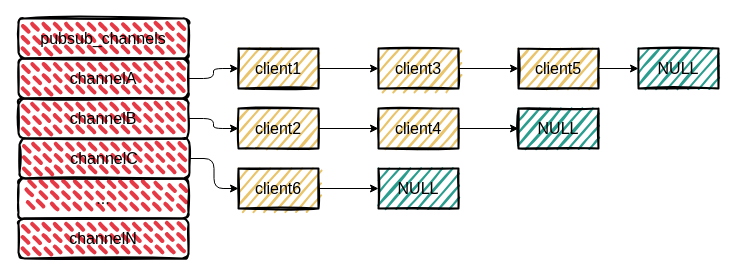
boilingfrog/Go-POINT keeps this draw.io diagram as page "pubsub_channels" (1 of 17) of redis/redis.drawio. Above is the earlier version. Source tidied: cells renumbered, new cells numbered last; positions are measured from the earlier drawing's top-left corner, leaving out a move shared by most shapes. Both pictures are drawn from the tidied source at 100%, with x=0, y=0 at pixel (18, 18).
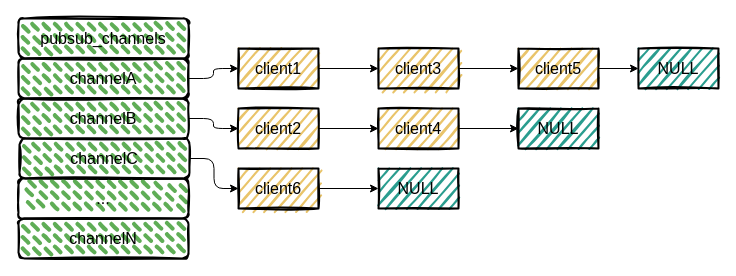
The same diagram, later.

Commit message (it also covers changes not shown here):
feat:Redis 实现消息队列

The edit, as a diff of the source:
```diff
@@
-    <mxCell id="2" value="&lt;font style=&quot;font-size: 16px&quot;&gt;pubsub_channels&lt;/font&gt;" style="rounded=1;whiteSpace=wrap;html=1;fillColor=#E63946;strokeWidth=2;fillWeight=4;hachureGap=8;hachureAngle=45;sketch=1;fillStyle=dashed;fontSize=12;" parent="1" vertex="1">
+    <mxCell id="2" value="&lt;font style=&quot;font-size: 16px&quot;&gt;pubsub_channels&lt;/font&gt;" style="rounded=1;whiteSpace=wrap;html=1;fillColor=#5FAD56;strokeWidth=2;fillWeight=4;hachureGap=8;hachureAngle=45;sketch=1;fillStyle=dashed;fontSize=16;" parent="1" vertex="1">
       <mxGeometry width="170" height="40" as="geometry" />
     </mxCell>
@@
-    <mxCell id="4" value="&lt;font style=&quot;font-size: 16px&quot;&gt;channelA&lt;/font&gt;" style="rounded=1;whiteSpace=wrap;html=1;fillColor=#E63946;strokeWidth=2;fillWeight=4;hachureGap=8;hachureAngle=45;sketch=1;fillStyle=dashed;" parent="1" vertex="1">
+    <mxCell id="4" value="&lt;font style=&quot;font-size: 16px&quot;&gt;channelA&lt;/font&gt;" style="rounded=1;whiteSpace=wrap;html=1;fillColor=#5FAD56;strokeWidth=2;fillWeight=4;hachureGap=8;hachureAngle=45;sketch=1;fillStyle=dashed;fontSize=16;" parent="1" vertex="1">
       <mxGeometry y="40" width="170" height="40" as="geometry" />
     </mxCell>
@@
-    <mxCell id="6" value="&lt;span style=&quot;font-size: 16px&quot;&gt;channelB&lt;/span&gt;" style="rounded=1;whiteSpace=wrap;html=1;fillColor=#E63946;strokeWidth=2;fillWeight=4;hachureGap=8;hachureAngle=45;sketch=1;fillStyle=dashed;" parent="1" vertex="1">
+    <mxCell id="6" value="&lt;span style=&quot;font-size: 16px&quot;&gt;channelB&lt;/span&gt;" style="rounded=1;whiteSpace=wrap;html=1;fillColor=#5FAD56;strokeWidth=2;fillWeight=4;hachureGap=8;hachureAngle=45;sketch=1;fillStyle=dashed;fontSize=16;" parent="1" vertex="1">
       <mxGeometry y="80" width="170" height="40" as="geometry" />
     </mxCell>
@@
-    <mxCell id="8" value="&lt;span style=&quot;font-size: 16px&quot;&gt;channelC&lt;/span&gt;" style="rounded=1;whiteSpace=wrap;html=1;fillColor=#E63946;strokeWidth=2;fillWeight=4;hachureGap=8;hachureAngle=45;sketch=1;fillStyle=dashed;" parent="1" vertex="1">
+    <mxCell id="8" value="&lt;span style=&quot;font-size: 16px&quot;&gt;channelC&lt;/span&gt;" style="rounded=1;whiteSpace=wrap;html=1;fillColor=#5FAD56;strokeWidth=2;fillWeight=4;hachureGap=8;hachureAngle=45;sketch=1;fillStyle=dashed;fontSize=16;" parent="1" vertex="1">
       <mxGeometry x="1" y="120" width="170" height="40" as="geometry" />
     </mxCell>
-    <mxCell id="9" value="&lt;font style=&quot;font-size: 16px&quot;&gt;...&lt;/font&gt;" style="rounded=1;whiteSpace=wrap;html=1;fillColor=#E63946;strokeWidth=2;fillWeight=4;hachureGap=8;hachureAngle=45;sketch=1;fillStyle=dashed;" parent="1" vertex="1">
+    <mxCell id="9" value="&lt;font style=&quot;font-size: 16px&quot;&gt;...&lt;/font&gt;" style="rounded=1;whiteSpace=wrap;html=1;fillColor=#5FAD56;strokeWidth=2;fillWeight=4;hachureGap=8;hachureAngle=45;sketch=1;fillStyle=dashed;fontSize=16;" parent="1" vertex="1">
       <mxGeometry y="160" width="170" height="40" as="geometry" />
     </mxCell>
-    <mxCell id="10" value="&lt;span style=&quot;font-size: 16px&quot;&gt;channelN&lt;/span&gt;" style="rounded=1;whiteSpace=wrap;html=1;fillColor=#E63946;strokeWidth=2;fillWeight=4;hachureGap=8;hachureAngle=45;sketch=1;fillStyle=dashed;" parent="1" vertex="1">
+    <mxCell id="10" value="&lt;span style=&quot;font-size: 16px&quot;&gt;channelN&lt;/span&gt;" style="rounded=1;whiteSpace=wrap;html=1;fillColor=#5FAD56;strokeWidth=2;fillWeight=4;hachureGap=8;hachureAngle=45;sketch=1;fillStyle=dashed;fontSize=16;" parent="1" vertex="1">
       <mxGeometry y="200" width="170" height="40" as="geometry" />
     </mxCell>
```
